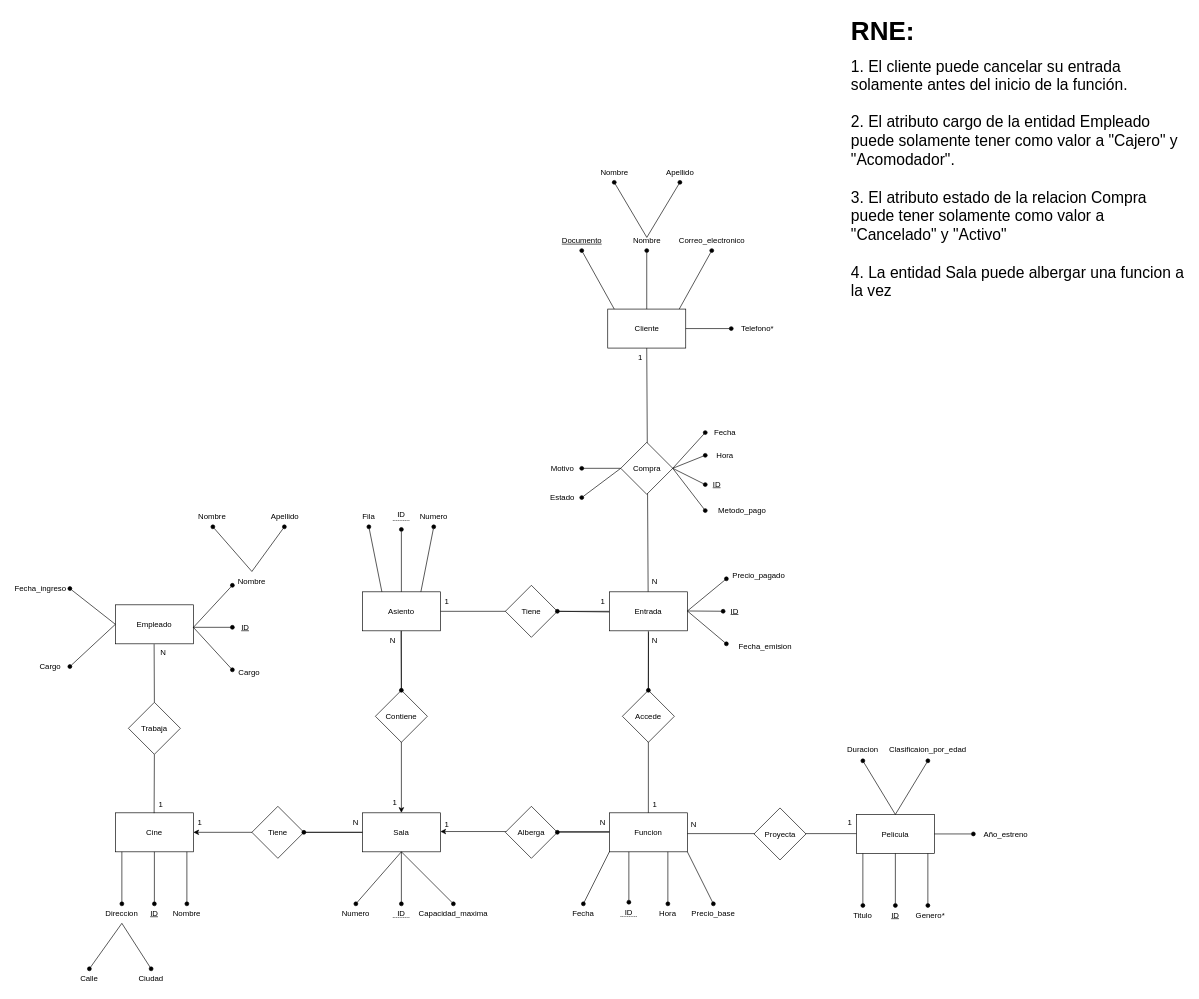
The draw.io diagram DER_proyecto.drawio in nXD643/Projecto-Final-Cine, before the edit. Source tidied: cells renumbered, new cells numbered last; positions are measured from the earlier drawing's top-left corner, leaving out a move shared by most shapes. Both pictures are drawn from the tidied source at 65%, with x=0, y=0 at pixel (11, 11).
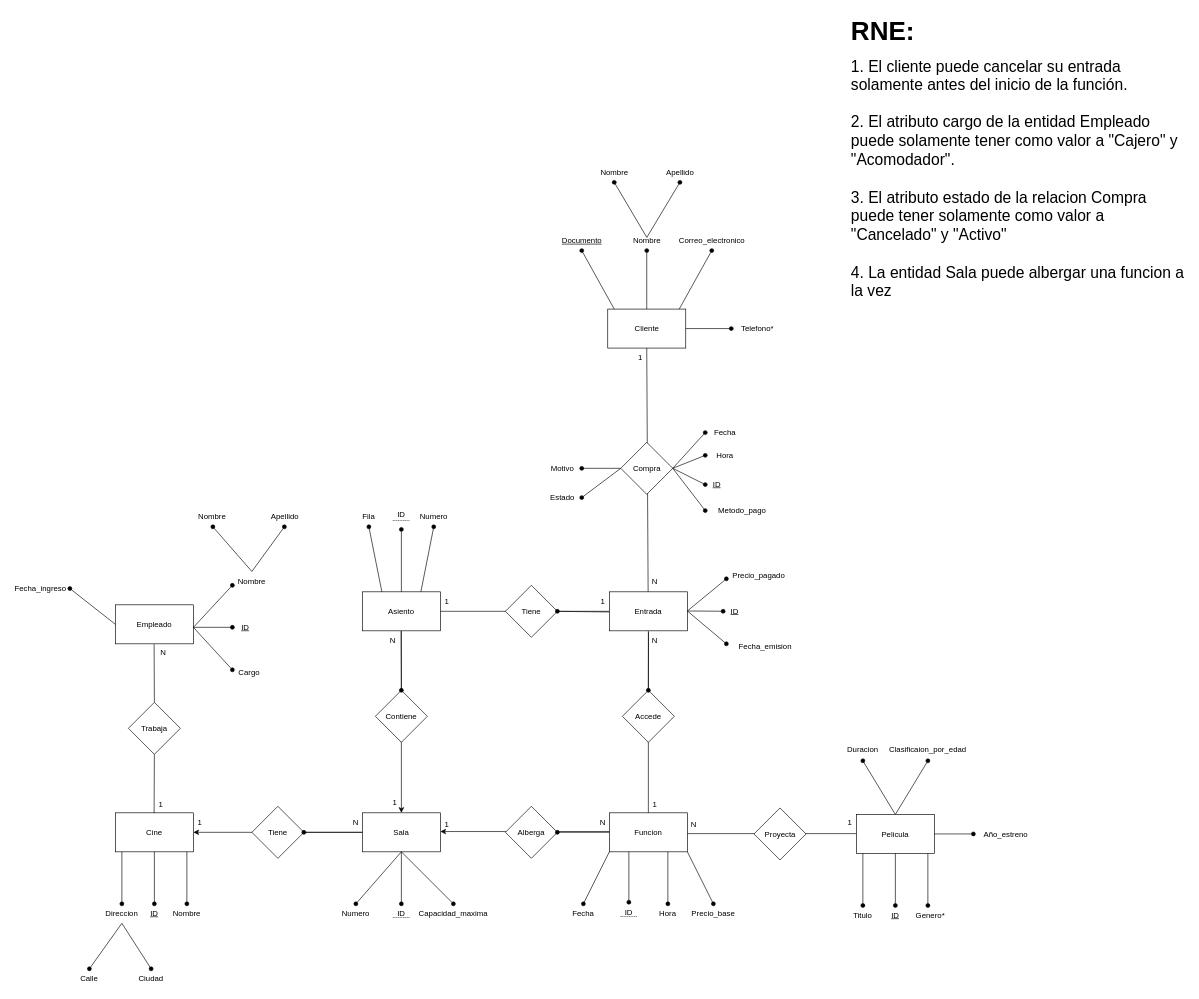
After the change.

Commit message (it also covers changes not shown here):
Se agregan las las clases de la aplicacion para el usuario y se modifica el der y er

The change refers to these unchanged cells:
```xml
<mxCell id="104" value="Empleado" style="rounded=0;whiteSpace=wrap;html=1;" parent="1" vertex="1">
  <mxGeometry x="160" y="913" width="120" height="60" as="geometry" />
</mxCell>
```

Change to the diagram source:
```diff
@@
-    <mxCell id="125" value="Cargo" style="text;html=1;whiteSpace=wrap;strokeColor=none;fillColor=none;align=center;verticalAlign=middle;rounded=0;" parent="1" vertex="1">
-      <mxGeometry x="30" y="993" width="60" height="30" as="geometry" />
-    </mxCell>
-    <mxCell id="126" style="endArrow=none;html=1;rounded=0;startArrow=oval;startFill=1;entryX=0;entryY=0.5;entryDx=0;entryDy=0;exitX=1;exitY=0.5;exitDx=0;exitDy=0;" parent="1" edge="1" source="125" target="104">
-      <mxGeometry relative="1" as="geometry" />
-    </mxCell>
```
